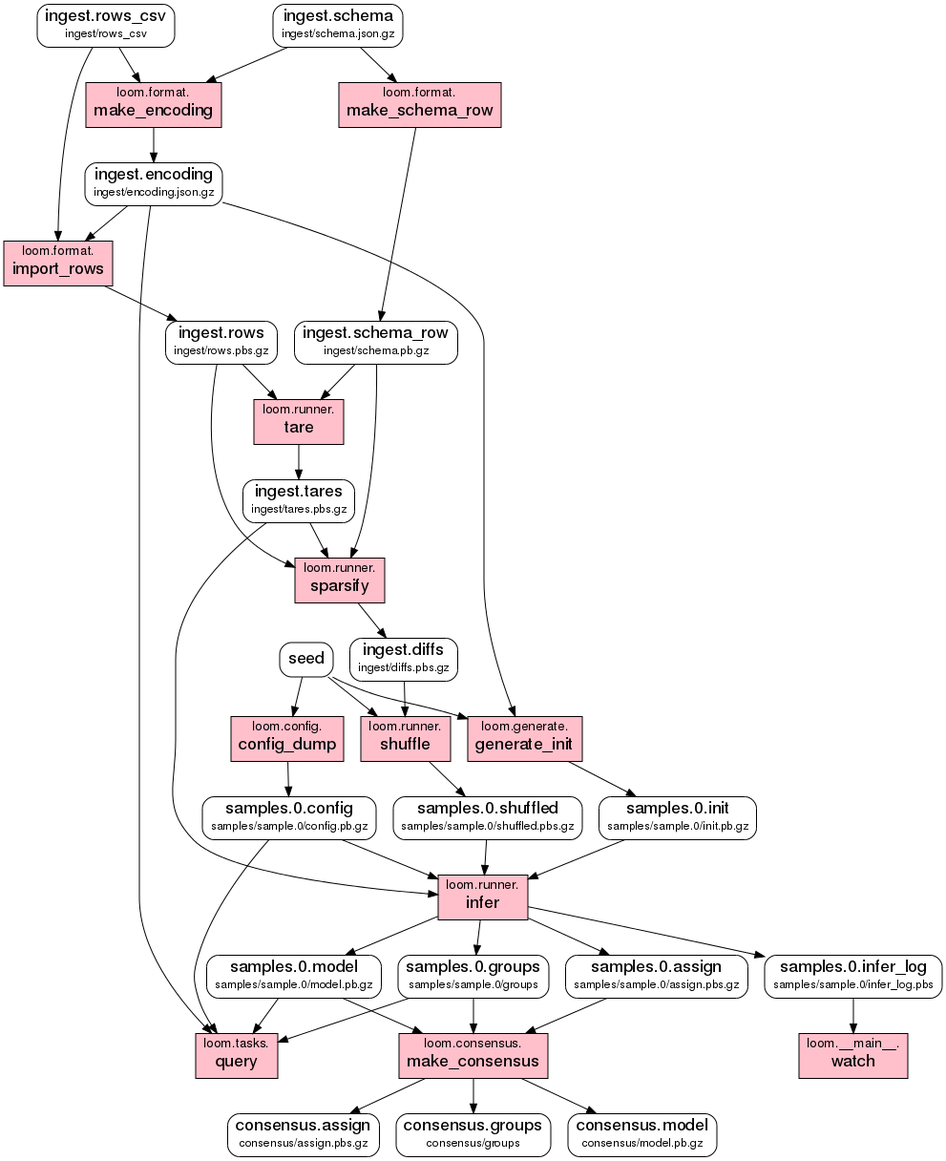
Before: doc/dataflow.png, a diagram exported from Graphviz (priorknowledge/loom). Its source is kept beside it as doc/dataflow.dot.
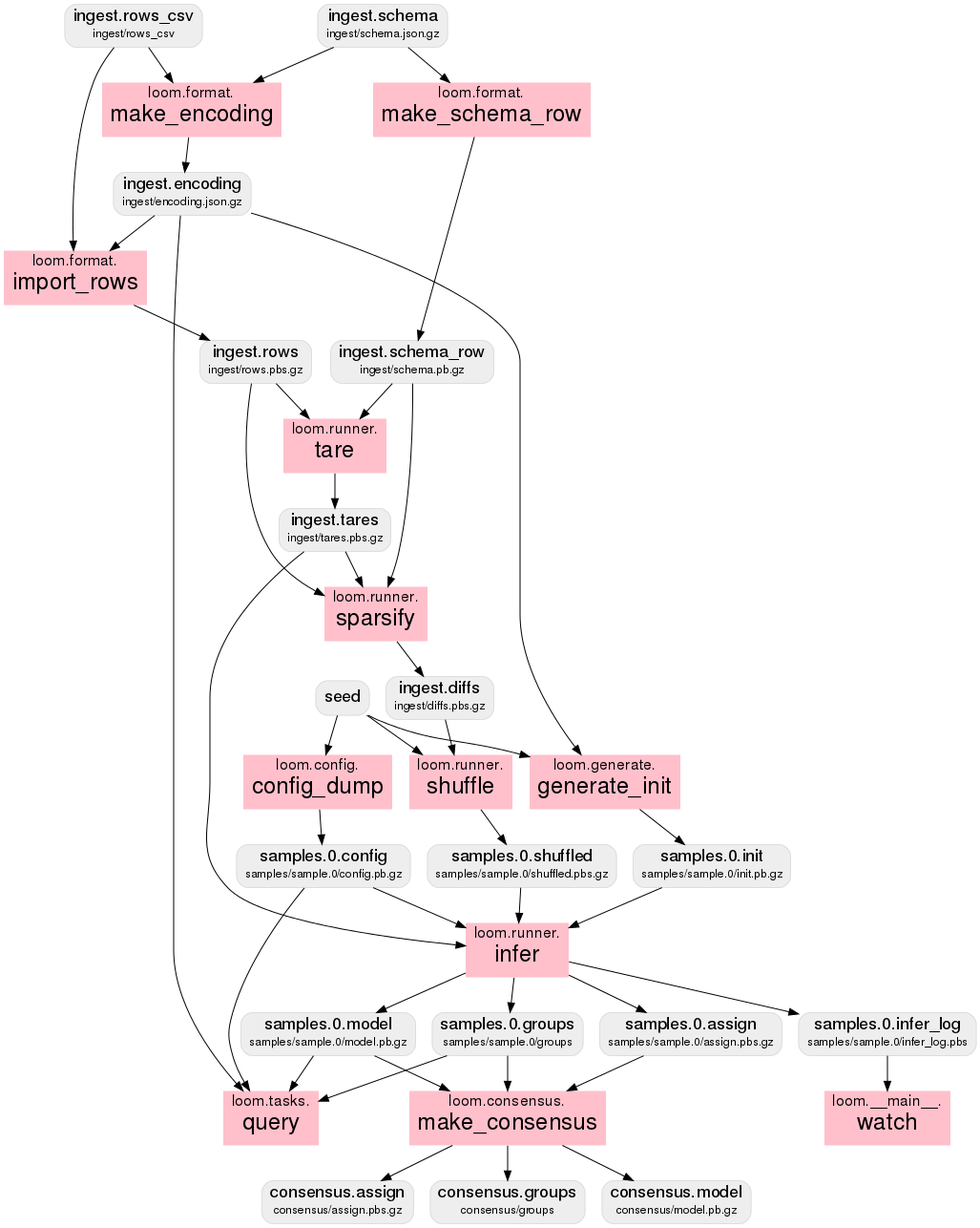
The same diagram one commit later.

Change to the diagram source:
```diff
@@ -5,7 +5,12 @@
   edge [fontname = "helvetica"];
 
   {
-    node [shape=Mrecord];
+    node [
+      shape=Mrecord,
+      style="filled",
+      color="#dddddd",
+      fillcolor="#eeeeee"
+    ];
     consensus_assign [label=<<FONT POINT-SIZE="18">consensus.assign</FONT><BR/><FONT POINT-SIZE="12">consensus/assign.pbs.gz</FONT>>];
     consensus_groups [label=<<FONT POINT-SIZE="18">consensus.groups</FONT><BR/><FONT POINT-SIZE="12">consensus/groups</FONT>>];
     consensus_model [label=<<FONT POINT-SIZE="18">consensus.model</FONT><BR/><FONT POINT-SIZE="12">consensus/model.pb.gz</FONT>>];
@@ -27,20 +32,20 @@
   }
 
   {
-    node [shape=box, style=filled];
+    node [shape=box, style="filled,setlinewidth(0)"];
 
-    watch [label=<loom.__main__.<BR/><FONT POINT-SIZE="18">watch</FONT>>, fillcolor=pink];
-    config_dump [label=<loom.config.<BR/><FONT POINT-SIZE="18">config_dump</FONT>>, fillcolor=pink];
-    make_consensus [label=<loom.consensus.<BR/><FONT POINT-SIZE="18">make_consensus</FONT>>, fillcolor=pink];
-    import_rows [label=<loom.format.<BR/><FONT POINT-SIZE="18">import_rows</FONT>>, fillcolor=pink];
-    make_encoding [label=<loom.format.<BR/><FONT POINT-SIZE="18">make_encoding</FONT>>, fillcolor=pink];
-    make_schema_row [label=<loom.format.<BR/><FONT POINT-SIZE="18">make_schema_row</FONT>>, fillcolor=pink];
-    generate_init [label=<loom.generate.<BR/><FONT POINT-SIZE="18">generate_init</FONT>>, fillcolor=pink];
-    infer [label=<loom.runner.<BR/><FONT POINT-SIZE="18">infer</FONT>>, fillcolor=pink];
-    shuffle [label=<loom.runner.<BR/><FONT POINT-SIZE="18">shuffle</FONT>>, fillcolor=pink];
-    sparsify [label=<loom.runner.<BR/><FONT POINT-SIZE="18">sparsify</FONT>>, fillcolor=pink];
-    tare [label=<loom.runner.<BR/><FONT POINT-SIZE="18">tare</FONT>>, fillcolor=pink];
-    query [label=<loom.tasks.<BR/><FONT POINT-SIZE="18">query</FONT>>, fillcolor=pink];
+    watch [label=<<FONT POINT-SIZE="16">loom.__main__.</FONT><BR/><FONT POINT-SIZE="24">watch</FONT>>, fillcolor=pink];
+    config_dump [label=<<FONT POINT-SIZE="16">loom.config.</FONT><BR/><FONT POINT-SIZE="24">config_dump</FONT>>, fillcolor=pink];
+    make_consensus [label=<<FONT POINT-SIZE="16">loom.consensus.</FONT><BR/><FONT POINT-SIZE="24">make_consensus</FONT>>, fillcolor=pink];
+    import_rows [label=<<FONT POINT-SIZE="16">loom.format.</FONT><BR/><FONT POINT-SIZE="24">import_rows</FONT>>, fillcolor=pink];
+    make_encoding [label=<<FONT POINT-SIZE="16">loom.format.</FONT><BR/><FONT POINT-SIZE="24">make_encoding</FONT>>, fillcolor=pink];
+    make_schema_row [label=<<FONT POINT-SIZE="16">loom.format.</FONT><BR/><FONT POINT-SIZE="24">make_schema_row</FONT>>, fillcolor=pink];
+    generate_init [label=<<FONT POINT-SIZE="16">loom.generate.</FONT><BR/><FONT POINT-SIZE="24">generate_init</FONT>>, fillcolor=pink];
+    infer [label=<<FONT POINT-SIZE="16">loom.runner.</FONT><BR/><FONT POINT-SIZE="24">infer</FONT>>, fillcolor=pink];
+    shuffle [label=<<FONT POINT-SIZE="16">loom.runner.</FONT><BR/><FONT POINT-SIZE="24">shuffle</FONT>>, fillcolor=pink];
+    sparsify [label=<<FONT POINT-SIZE="16">loom.runner.</FONT><BR/><FONT POINT-SIZE="24">sparsify</FONT>>, fillcolor=pink];
+    tare [label=<<FONT POINT-SIZE="16">loom.runner.</FONT><BR/><FONT POINT-SIZE="24">tare</FONT>>, fillcolor=pink];
+    query [label=<<FONT POINT-SIZE="16">loom.tasks.</FONT><BR/><FONT POINT-SIZE="24">query</FONT>>, fillcolor=pink];
 
     samples_0_infer_log -> watch [weight=1.0];
     seed -> config_dump [weight=1.0];
```
